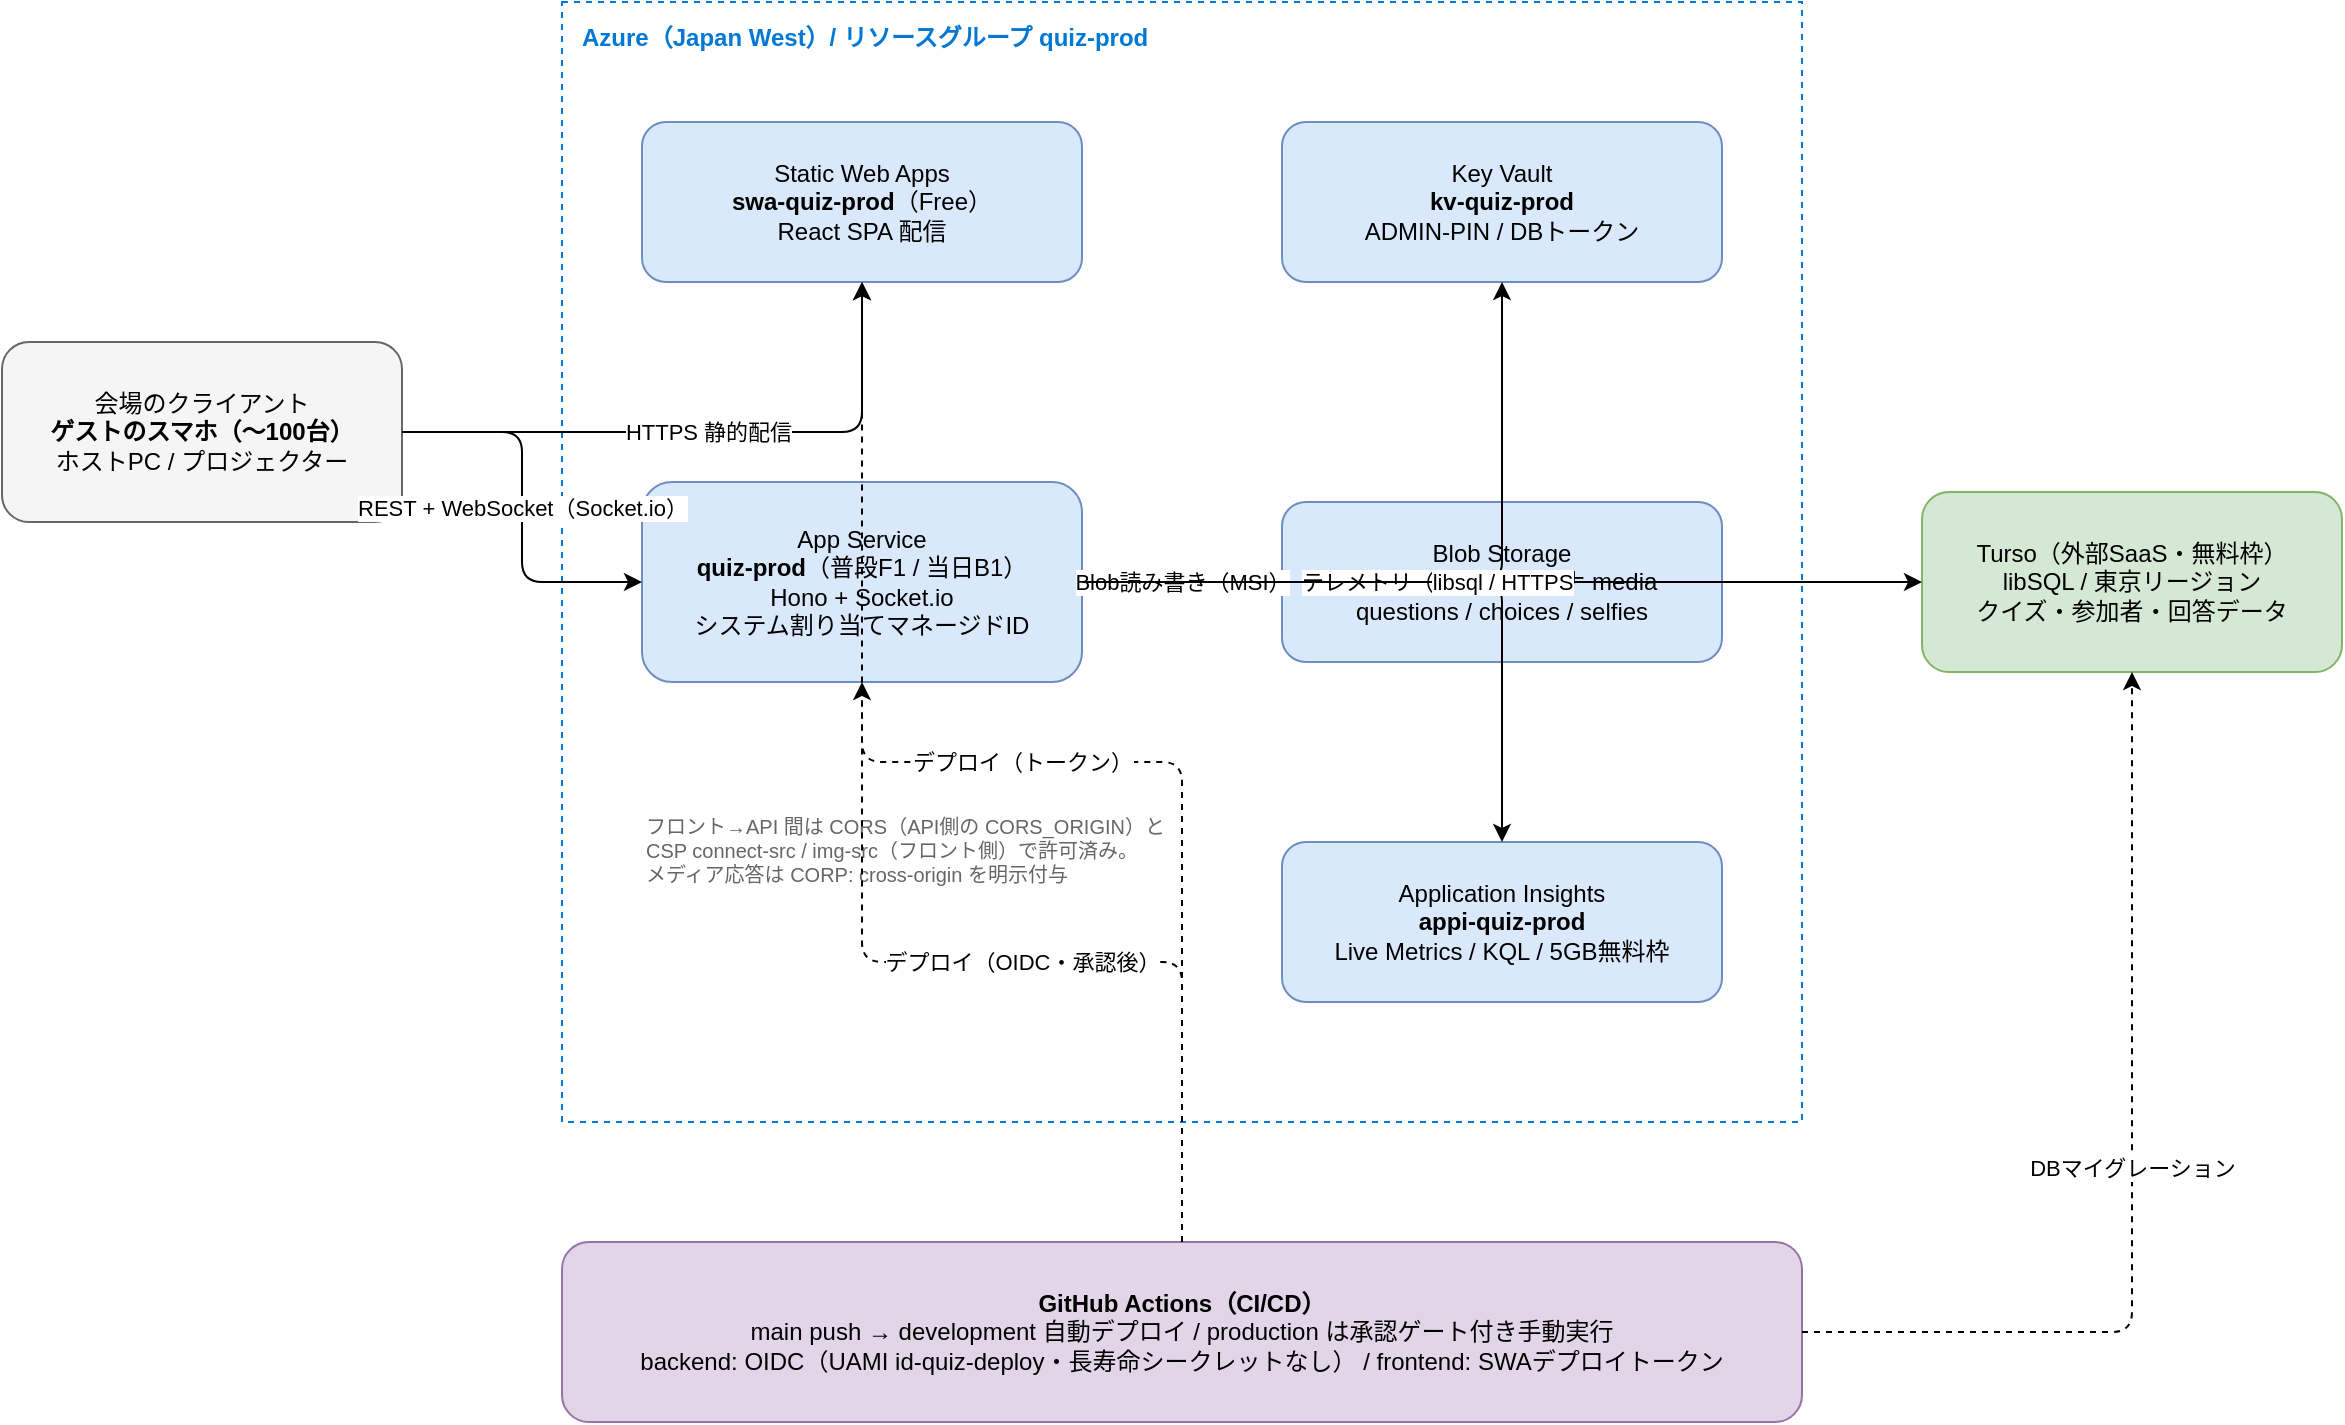
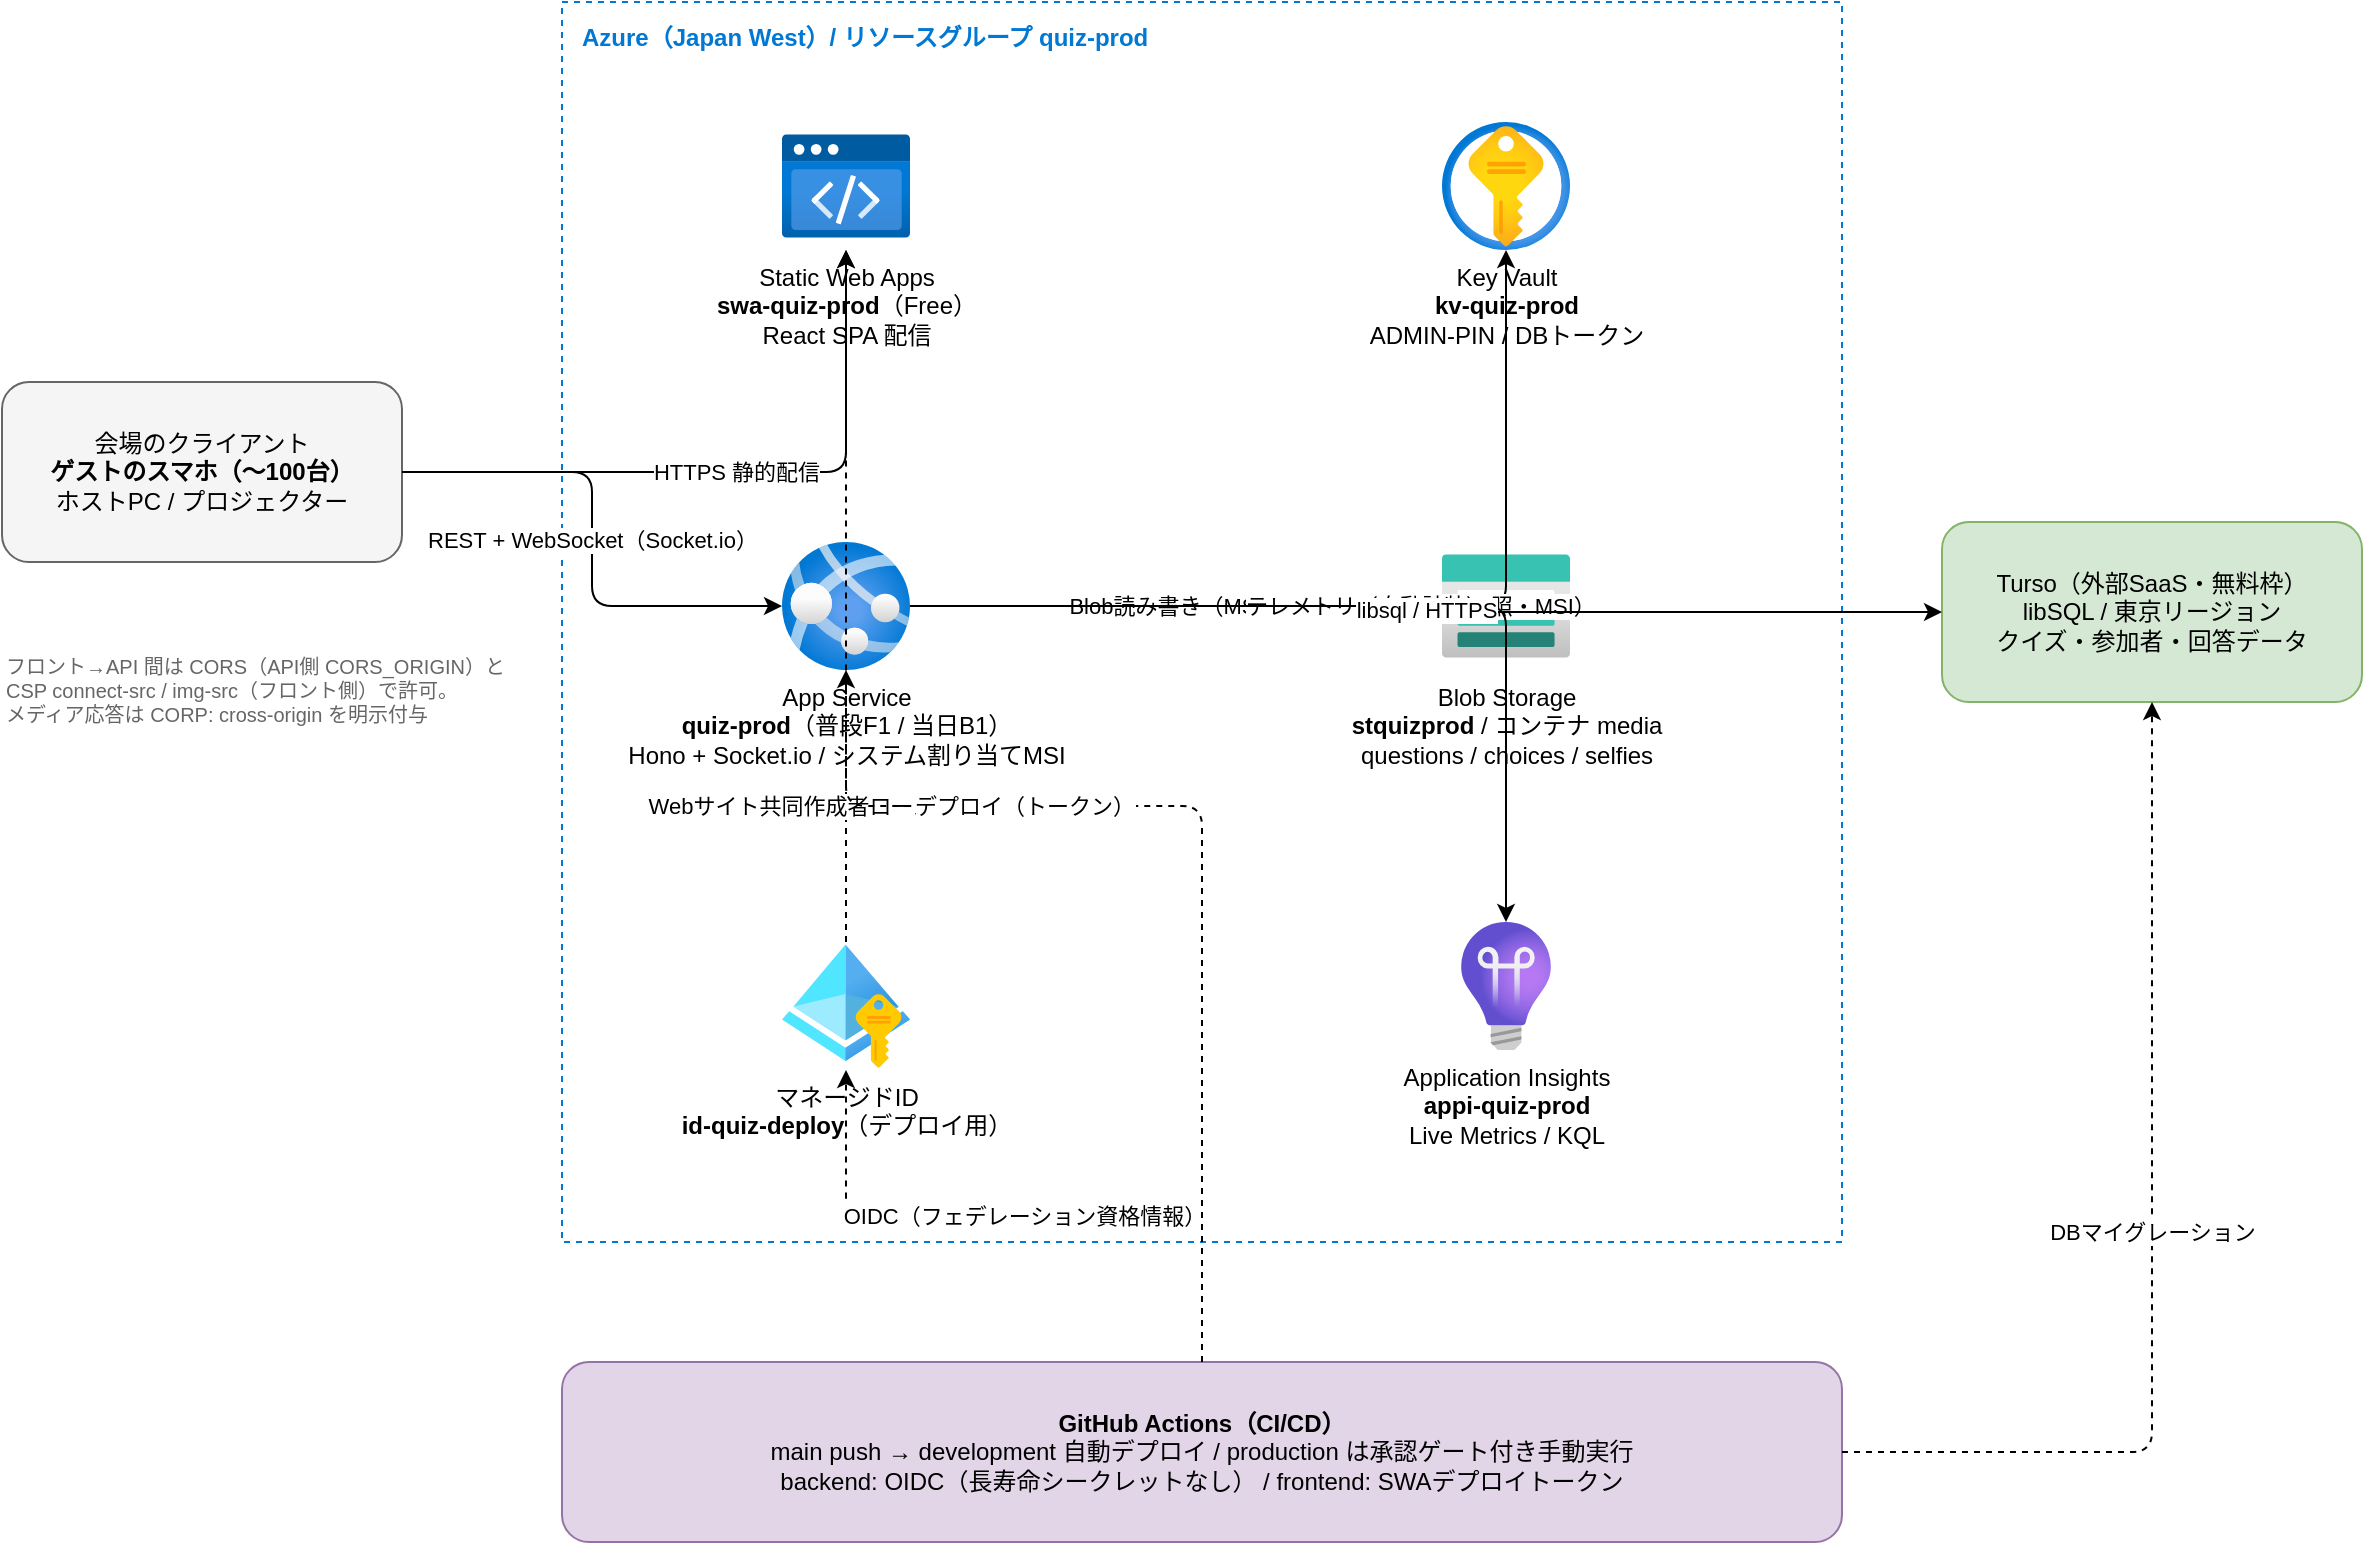
<mxfile host="app.diagrams.net" agent="wedding-quiz-docs" version="24.0.0">
  <diagram id="prod-arch" name="本番構成（prod）">
-     <mxGraphModel dx="1420" dy="820" grid="1" gridSize="10" guides="1" tooltips="1" connect="1" arrows="1" fold="1" page="1" pageScale="1" pageWidth="1250" pageHeight="850" math="0" shadow="0">
+     <mxGraphModel dx="1420" dy="820" grid="1" gridSize="10" guides="1" tooltips="1" connect="1" arrows="1" fold="1" page="1" pageScale="1" pageWidth="1250" pageHeight="900" math="0" shadow="0">
      <root>
        <mxCell id="0" />
        <mxCell id="1" parent="0" />

        <mxCell id="clients" value="会場のクライアント&lt;br&gt;&lt;b&gt;ゲストのスマホ（〜100台）&lt;/b&gt;&lt;br&gt;ホストPC / プロジェクター" style="rounded=1;whiteSpace=wrap;html=1;fillColor=#f5f5f5;strokeColor=#666666;" vertex="1" parent="1">
-           <mxGeometry x="40" y="230" width="200" height="90" as="geometry" />
+           <mxGeometry x="40" y="250" width="200" height="90" as="geometry" />
+         </mxCell>
+ 
+         <mxCell id="note" value="フロント→API 間は CORS（API側 CORS_ORIGIN）と&lt;br&gt;CSP connect-src / img-src（フロント側）で許可。&lt;br&gt;メディア応答は CORP: cross-origin を明示付与" style="text;html=1;align=left;verticalAlign=top;fontSize=10;fontColor=#666666;" vertex="1" parent="1">
+           <mxGeometry x="40" y="380" width="260" height="70" as="geometry" />
        </mxCell>

        <mxCell id="rg" value="Azure（Japan West）/ リソースグループ quiz-prod" style="rounded=0;whiteSpace=wrap;html=1;dashed=1;fillColor=none;strokeColor=#0078D4;verticalAlign=top;align=left;spacingLeft=8;spacingTop=4;fontColor=#0078D4;fontStyle=1" vertex="1" parent="1">
-           <mxGeometry x="320" y="60" width="620" height="560" as="geometry" />
+           <mxGeometry x="320" y="60" width="640" height="620" as="geometry" />
        </mxCell>

-         <mxCell id="swa" value="Static Web Apps&lt;br&gt;&lt;b&gt;swa-quiz-prod&lt;/b&gt;（Free）&lt;br&gt;React SPA 配信" style="rounded=1;whiteSpace=wrap;html=1;fillColor=#dae8fc;strokeColor=#6c8ebf;" vertex="1" parent="1">
-           <mxGeometry x="360" y="120" width="220" height="80" as="geometry" />
+         <mxCell id="swa" value="Static Web Apps&lt;br&gt;&lt;b&gt;swa-quiz-prod&lt;/b&gt;（Free）&lt;br&gt;React SPA 配信" style="image;html=1;image=img/lib/azure2/preview/Static_Apps.svg;verticalLabelPosition=bottom;verticalAlign=top;labelBackgroundColor=none;aspect=fixed;" vertex="1" parent="1">
+           <mxGeometry x="430" y="120" width="64" height="64" as="geometry" />
        </mxCell>

-         <mxCell id="app" value="App Service&lt;br&gt;&lt;b&gt;quiz-prod&lt;/b&gt;（普段F1 / 当日B1）&lt;br&gt;Hono + Socket.io&lt;br&gt;システム割り当てマネージドID" style="rounded=1;whiteSpace=wrap;html=1;fillColor=#dae8fc;strokeColor=#6c8ebf;" vertex="1" parent="1">
-           <mxGeometry x="360" y="300" width="220" height="100" as="geometry" />
+         <mxCell id="app" value="App Service&lt;br&gt;&lt;b&gt;quiz-prod&lt;/b&gt;（普段F1 / 当日B1）&lt;br&gt;Hono + Socket.io / システム割り当てMSI" style="image;html=1;image=img/lib/azure2/app_services/App_Services.svg;verticalLabelPosition=bottom;verticalAlign=top;labelBackgroundColor=none;aspect=fixed;" vertex="1" parent="1">
+           <mxGeometry x="430" y="330" width="64" height="64" as="geometry" />
        </mxCell>

-         <mxCell id="kv" value="Key Vault&lt;br&gt;&lt;b&gt;kv-quiz-prod&lt;/b&gt;&lt;br&gt;ADMIN-PIN / DBトークン" style="rounded=1;whiteSpace=wrap;html=1;fillColor=#dae8fc;strokeColor=#6c8ebf;" vertex="1" parent="1">
-           <mxGeometry x="680" y="120" width="220" height="80" as="geometry" />
+         <mxCell id="kv" value="Key Vault&lt;br&gt;&lt;b&gt;kv-quiz-prod&lt;/b&gt;&lt;br&gt;ADMIN-PIN / DBトークン" style="image;html=1;image=img/lib/azure2/security/Key_Vaults.svg;verticalLabelPosition=bottom;verticalAlign=top;labelBackgroundColor=none;aspect=fixed;" vertex="1" parent="1">
+           <mxGeometry x="760" y="120" width="64" height="64" as="geometry" />
        </mxCell>

-         <mxCell id="st" value="Blob Storage&lt;br&gt;&lt;b&gt;stquizprod&lt;/b&gt; / コンテナ media&lt;br&gt;questions / choices / selfies" style="rounded=1;whiteSpace=wrap;html=1;fillColor=#dae8fc;strokeColor=#6c8ebf;" vertex="1" parent="1">
-           <mxGeometry x="680" y="310" width="220" height="80" as="geometry" />
+         <mxCell id="st" value="Blob Storage&lt;br&gt;&lt;b&gt;stquizprod&lt;/b&gt; / コンテナ media&lt;br&gt;questions / choices / selfies" style="image;html=1;image=img/lib/azure2/storage/Storage_Accounts.svg;verticalLabelPosition=bottom;verticalAlign=top;labelBackgroundColor=none;aspect=fixed;" vertex="1" parent="1">
+           <mxGeometry x="760" y="330" width="64" height="64" as="geometry" />
        </mxCell>

-         <mxCell id="ai" value="Application Insights&lt;br&gt;&lt;b&gt;appi-quiz-prod&lt;/b&gt;&lt;br&gt;Live Metrics / KQL / 5GB無料枠" style="rounded=1;whiteSpace=wrap;html=1;fillColor=#dae8fc;strokeColor=#6c8ebf;" vertex="1" parent="1">
-           <mxGeometry x="680" y="480" width="220" height="80" as="geometry" />
+         <mxCell id="ai" value="Application Insights&lt;br&gt;&lt;b&gt;appi-quiz-prod&lt;/b&gt;&lt;br&gt;Live Metrics / KQL" style="image;html=1;image=img/lib/azure2/devops/Application_Insights.svg;verticalLabelPosition=bottom;verticalAlign=top;labelBackgroundColor=none;aspect=fixed;" vertex="1" parent="1">
+           <mxGeometry x="760" y="520" width="64" height="64" as="geometry" />
        </mxCell>

-         <mxCell id="note" value="フロント→API 間は CORS（API側の CORS_ORIGIN）と&lt;br&gt;CSP connect-src / img-src（フロント側）で許可済み。&lt;br&gt;メディア応答は CORP: cross-origin を明示付与" style="text;html=1;align=left;verticalAlign=top;fontSize=10;fontColor=#666666;" vertex="1" parent="1">
-           <mxGeometry x="360" y="460" width="280" height="70" as="geometry" />
+         <mxCell id="uami" value="マネージドID&lt;br&gt;&lt;b&gt;id-quiz-deploy&lt;/b&gt;（デプロイ用）" style="image;html=1;image=img/lib/azure2/identity/Managed_Identities.svg;verticalLabelPosition=bottom;verticalAlign=top;labelBackgroundColor=none;aspect=fixed;" vertex="1" parent="1">
+           <mxGeometry x="430" y="530" width="64" height="64" as="geometry" />
        </mxCell>

        <mxCell id="turso" value="Turso（外部SaaS・無料枠）&lt;br&gt;libSQL / 東京リージョン&lt;br&gt;クイズ・参加者・回答データ" style="rounded=1;whiteSpace=wrap;html=1;fillColor=#d5e8d4;strokeColor=#82b366;" vertex="1" parent="1">
-           <mxGeometry x="1000" y="305" width="210" height="90" as="geometry" />
+           <mxGeometry x="1010" y="320" width="210" height="90" as="geometry" />
        </mxCell>

-         <mxCell id="gh" value="&lt;b&gt;GitHub Actions（CI/CD）&lt;/b&gt;&lt;br&gt;main push → development 自動デプロイ / production は承認ゲート付き手動実行&lt;br&gt;backend: OIDC（UAMI id-quiz-deploy・長寿命シークレットなし） / frontend: SWAデプロイトークン" style="rounded=1;whiteSpace=wrap;html=1;fillColor=#e1d5e7;strokeColor=#9673a6;" vertex="1" parent="1">
-           <mxGeometry x="320" y="680" width="620" height="90" as="geometry" />
+         <mxCell id="gh" value="&lt;b&gt;GitHub Actions（CI/CD）&lt;/b&gt;&lt;br&gt;main push → development 自動デプロイ / production は承認ゲート付き手動実行&lt;br&gt;backend: OIDC（長寿命シークレットなし） / frontend: SWAデプロイトークン" style="rounded=1;whiteSpace=wrap;html=1;fillColor=#e1d5e7;strokeColor=#9673a6;" vertex="1" parent="1">
+           <mxGeometry x="320" y="740" width="640" height="90" as="geometry" />
        </mxCell>

        <mxCell id="e1" value="HTTPS 静的配信" style="edgeStyle=orthogonalEdgeStyle;rounded=1;html=1;" edge="1" parent="1" source="clients" target="swa">
          <mxGeometry relative="1" as="geometry" />
        </mxCell>
        <mxCell id="e2" value="REST + WebSocket（Socket.io）" style="edgeStyle=orthogonalEdgeStyle;rounded=1;html=1;" edge="1" parent="1" source="clients" target="app">
          <mxGeometry relative="1" as="geometry" />
        </mxCell>
-         <mxCell id="e3" value="Key Vault参照（MSI）" style="edgeStyle=orthogonalEdgeStyle;rounded=1;html=1;" edge="1" parent="1" source="app" target="kv">
+         <mxCell id="e3" value="シークレット取得（Key Vault参照・MSI）" style="edgeStyle=orthogonalEdgeStyle;rounded=1;html=1;" edge="1" parent="1" source="app" target="kv">
          <mxGeometry relative="1" as="geometry" />
        </mxCell>
        <mxCell id="e4" value="Blob読み書き（MSI）" style="edgeStyle=orthogonalEdgeStyle;rounded=1;html=1;" edge="1" parent="1" source="app" target="st">
          <mxGeometry relative="1" as="geometry" />
        </mxCell>
        <mxCell id="e5" value="テレメトリ（自動計装）" style="edgeStyle=orthogonalEdgeStyle;rounded=1;html=1;" edge="1" parent="1" source="app" target="ai">
          <mxGeometry relative="1" as="geometry" />
        </mxCell>
        <mxCell id="e6" value="libsql / HTTPS" style="edgeStyle=orthogonalEdgeStyle;rounded=1;html=1;" edge="1" parent="1" source="app" target="turso">
          <mxGeometry relative="1" as="geometry" />
        </mxCell>
-         <mxCell id="e7" value="デプロイ（OIDC・承認後）" style="edgeStyle=orthogonalEdgeStyle;rounded=1;html=1;dashed=1;" edge="1" parent="1" source="gh" target="app">
+         <mxCell id="e7" value="OIDC（フェデレーション資格情報）" style="edgeStyle=orthogonalEdgeStyle;rounded=1;html=1;dashed=1;" edge="1" parent="1" source="gh" target="uami">
          <mxGeometry relative="1" as="geometry" />
        </mxCell>
-         <mxCell id="e8" value="デプロイ（トークン）" style="edgeStyle=orthogonalEdgeStyle;rounded=1;html=1;dashed=1;" edge="1" parent="1" source="gh" target="swa">
+         <mxCell id="e8" value="Webサイト共同作成者ロールでデプロイ" style="edgeStyle=orthogonalEdgeStyle;rounded=1;html=1;dashed=1;" edge="1" parent="1" source="uami" target="app">
          <mxGeometry relative="1" as="geometry" />
        </mxCell>
-         <mxCell id="e9" value="DBマイグレーション" style="edgeStyle=orthogonalEdgeStyle;rounded=1;html=1;dashed=1;" edge="1" parent="1" source="gh" target="turso">
+         <mxCell id="e9" value="デプロイ（トークン）" style="edgeStyle=orthogonalEdgeStyle;rounded=1;html=1;dashed=1;" edge="1" parent="1" source="gh" target="swa">
+           <mxGeometry relative="1" as="geometry" />
+         </mxCell>
+         <mxCell id="e10" value="DBマイグレーション" style="edgeStyle=orthogonalEdgeStyle;rounded=1;html=1;dashed=1;" edge="1" parent="1" source="gh" target="turso">
          <mxGeometry relative="1" as="geometry" />
        </mxCell>
      </root>
    </mxGraphModel>
  </diagram>
</mxfile>
